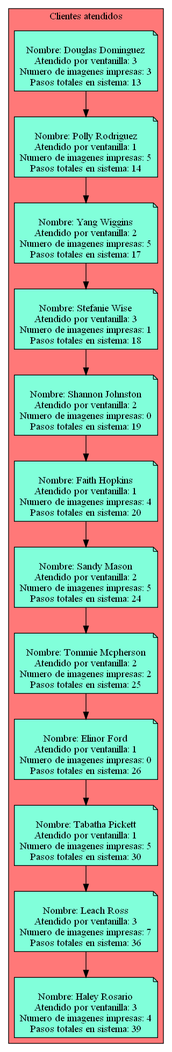
Serch-ING/EDD_UDRAWING_202000119 keeps this Graphviz diagram as Simple_Clients_Served.png. Above is the earlier version. Its source is kept beside it as Simple_Clients_Served.dot.
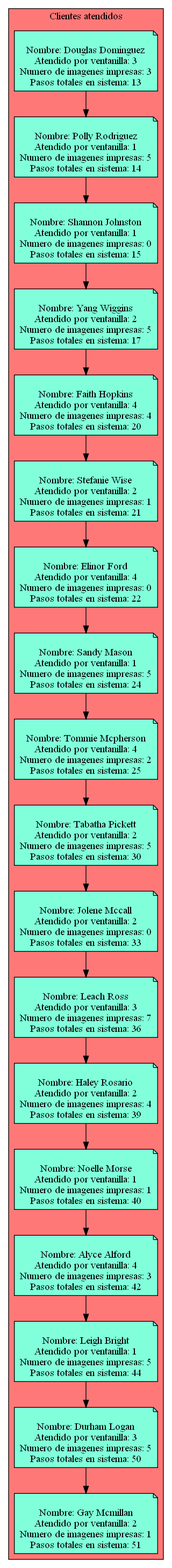
Later version of the same file.

The edit, as a diff of the source:
```diff
@@ -3,75 +3,111 @@
 subgraph cluster_p{
     label= " Clientes atendidos "
     bgcolor = "#FF7878"
-Nodo1021436681[label="
+Nodo1525919705[label="
 Nombre: Douglas Dominguez
 Atendido por ventanilla: 3
 Numero de imagenes impresas: 3
 Pasos totales en sistema: 13",fillcolor="#81FFDA"]
-Nodo1712943792[label="
+Nodo1332668132[label="
 Nombre: Polly Rodriguez
 Atendido por ventanilla: 1
 Numero de imagenes impresas: 5
 Pasos totales en sistema: 14",fillcolor="#81FFDA"]
-Nodo78204644[label="
+Nodo6519275[label="
+Nombre: Shannon Johnston
+Atendido por ventanilla: 1
+Numero de imagenes impresas: 0
+Pasos totales en sistema: 15",fillcolor="#81FFDA"]
+Nodo1818544933[label="
 Nombre: Yang Wiggins
 Atendido por ventanilla: 2
 Numero de imagenes impresas: 5
 Pasos totales en sistema: 17",fillcolor="#81FFDA"]
-Nodo447212746[label="
+Nodo1962826816[label="
+Nombre: Faith Hopkins
+Atendido por ventanilla: 4
+Numero de imagenes impresas: 4
+Pasos totales en sistema: 20",fillcolor="#81FFDA"]
+Nodo371439501[label="
 Nombre: Stefanie Wise
-Atendido por ventanilla: 3
+Atendido por ventanilla: 2
 Numero de imagenes impresas: 1
-Pasos totales en sistema: 18",fillcolor="#81FFDA"]
-Nodo609962972[label="
-Nombre: Shannon Johnston
+Pasos totales en sistema: 21",fillcolor="#81FFDA"]
+Nodo2012993836[label="
+Nombre: Elinor Ford
+Atendido por ventanilla: 4
+Numero de imagenes impresas: 0
+Pasos totales en sistema: 22",fillcolor="#81FFDA"]
+Nodo691690486[label="
+Nombre: Sandy Mason
+Atendido por ventanilla: 1
+Numero de imagenes impresas: 5
+Pasos totales en sistema: 24",fillcolor="#81FFDA"]
+Nodo1008315045[label="
+Nombre: Tommie Mcpherson
+Atendido por ventanilla: 4
+Numero de imagenes impresas: 2
+Pasos totales en sistema: 25",fillcolor="#81FFDA"]
+Nodo119358627[label="
+Nombre: Tabatha Pickett
+Atendido por ventanilla: 2
+Numero de imagenes impresas: 5
+Pasos totales en sistema: 30",fillcolor="#81FFDA"]
+Nodo1798219673[label="
+Nombre: Jolene Mccall
 Atendido por ventanilla: 2
 Numero de imagenes impresas: 0
-Pasos totales en sistema: 19",fillcolor="#81FFDA"]
-Nodo1199673596[label="
-Nombre: Faith Hopkins
-Atendido por ventanilla: 1
-Numero de imagenes impresas: 4
-Pasos totales en sistema: 20",fillcolor="#81FFDA"]
-Nodo2134607032[label="
-Nombre: Sandy Mason
-Atendido por ventanilla: 2
-Numero de imagenes impresas: 5
-Pasos totales en sistema: 24",fillcolor="#81FFDA"]
-Nodo573673894[label="
-Nombre: Tommie Mcpherson
-Atendido por ventanilla: 2
-Numero de imagenes impresas: 2
-Pasos totales en sistema: 25",fillcolor="#81FFDA"]
-Nodo1922464006[label="
-Nombre: Elinor Ford
-Atendido por ventanilla: 1
-Numero de imagenes impresas: 0
-Pasos totales en sistema: 26",fillcolor="#81FFDA"]
-Nodo1438030319[label="
-Nombre: Tabatha Pickett
-Atendido por ventanilla: 1
-Numero de imagenes impresas: 5
-Pasos totales en sistema: 30",fillcolor="#81FFDA"]
-Nodo1939990953[label="
+Pasos totales en sistema: 33",fillcolor="#81FFDA"]
+Nodo1010953501[label="
 Nombre: Leach Ross
 Atendido por ventanilla: 3
 Numero de imagenes impresas: 7
 Pasos totales en sistema: 36",fillcolor="#81FFDA"]
-Nodo817978763[label="
+Nodo522553046[label="
 Nombre: Haley Rosario
-Atendido por ventanilla: 3
+Atendido por ventanilla: 2
 Numero de imagenes impresas: 4
 Pasos totales en sistema: 39",fillcolor="#81FFDA"]
-Nodo1021436681 -> Nodo1712943792
-Nodo1712943792 -> Nodo78204644
-Nodo78204644 -> Nodo447212746
-Nodo447212746 -> Nodo609962972
-Nodo609962972 -> Nodo1199673596
-Nodo1199673596 -> Nodo2134607032
-Nodo2134607032 -> Nodo573673894
-Nodo573673894 -> Nodo1922464006
-Nodo1922464006 -> Nodo1438030319
-Nodo1438030319 -> Nodo1939990953
-Nodo1939990953 -> Nodo817978763
+Nodo328827614[label="
+Nombre: Noelle Morse
+Atendido por ventanilla: 1
+Numero de imagenes impresas: 1
+Pasos totales en sistema: 40",fillcolor="#81FFDA"]
+Nodo530653666[label="
+Nombre: Alyce Alford
+Atendido por ventanilla: 4
+Numero de imagenes impresas: 3
+Pasos totales en sistema: 42",fillcolor="#81FFDA"]
+Nodo1006094903[label="
+Nombre: Leigh Bright
+Atendido por ventanilla: 1
+Numero de imagenes impresas: 5
+Pasos totales en sistema: 44",fillcolor="#81FFDA"]
+Nodo1766145591[label="
+Nombre: Durham Logan
+Atendido por ventanilla: 3
+Numero de imagenes impresas: 5
+Pasos totales en sistema: 50",fillcolor="#81FFDA"]
+Nodo1074389766[label="
+Nombre: Gay Mcmillan
+Atendido por ventanilla: 2
+Numero de imagenes impresas: 1
+Pasos totales en sistema: 51",fillcolor="#81FFDA"]
+Nodo1525919705 -> Nodo1332668132
+Nodo1332668132 -> Nodo6519275
+Nodo6519275 -> Nodo1818544933
+Nodo1818544933 -> Nodo1962826816
+Nodo1962826816 -> Nodo371439501
+Nodo371439501 -> Nodo2012993836
+Nodo2012993836 -> Nodo691690486
+Nodo691690486 -> Nodo1008315045
+Nodo1008315045 -> Nodo119358627
+Nodo119358627 -> Nodo1798219673
+Nodo1798219673 -> Nodo1010953501
+Nodo1010953501 -> Nodo522553046
+Nodo522553046 -> Nodo328827614
+Nodo328827614 -> Nodo530653666
+Nodo530653666 -> Nodo1006094903
+Nodo1006094903 -> Nodo1766145591
+Nodo1766145591 -> Nodo1074389766
 }}
```
